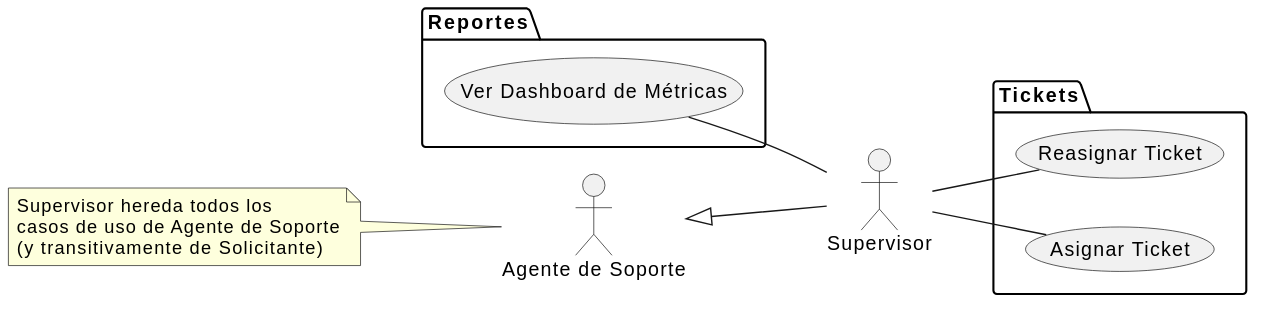
Earlier version of the PlantUML export puml/01-fase-inicio/casos-de-uso/actor-supervisor.svg (Dievex/01-HelpDesk).
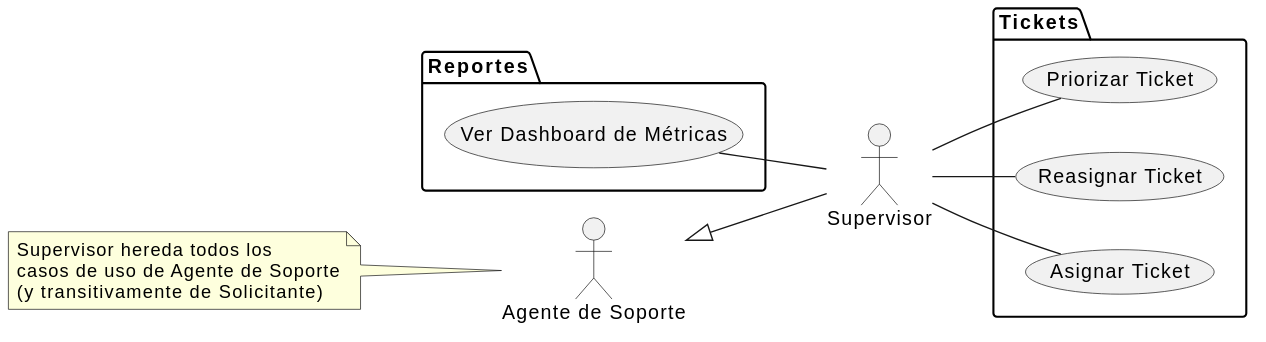
After the commit.

Commit message:
Add caso de uso UC-41 Priorizar Ticket al catalogo y al diagrama de Supervisor

Se agrega fuera de secuencia (tras UC-40) para no renumerar los 20
casos de uso de Administrador ya cerrados. Incluye la decision de por
que el Solicitante no elige la Prioridad de su propio ticket.

The edit, as a diff of the source:
```diff
@@ -19,10 +19,12 @@
 package Tickets {
   usecase "Asignar Ticket" as UC18
   usecase "Reasignar Ticket" as UC19
+  usecase "Priorizar Ticket" as UC41
 }
 
 UC20 -- Supervisor
 
 Supervisor -- UC18
 Supervisor -- UC19
+Supervisor -- UC41
 @enduml
```
